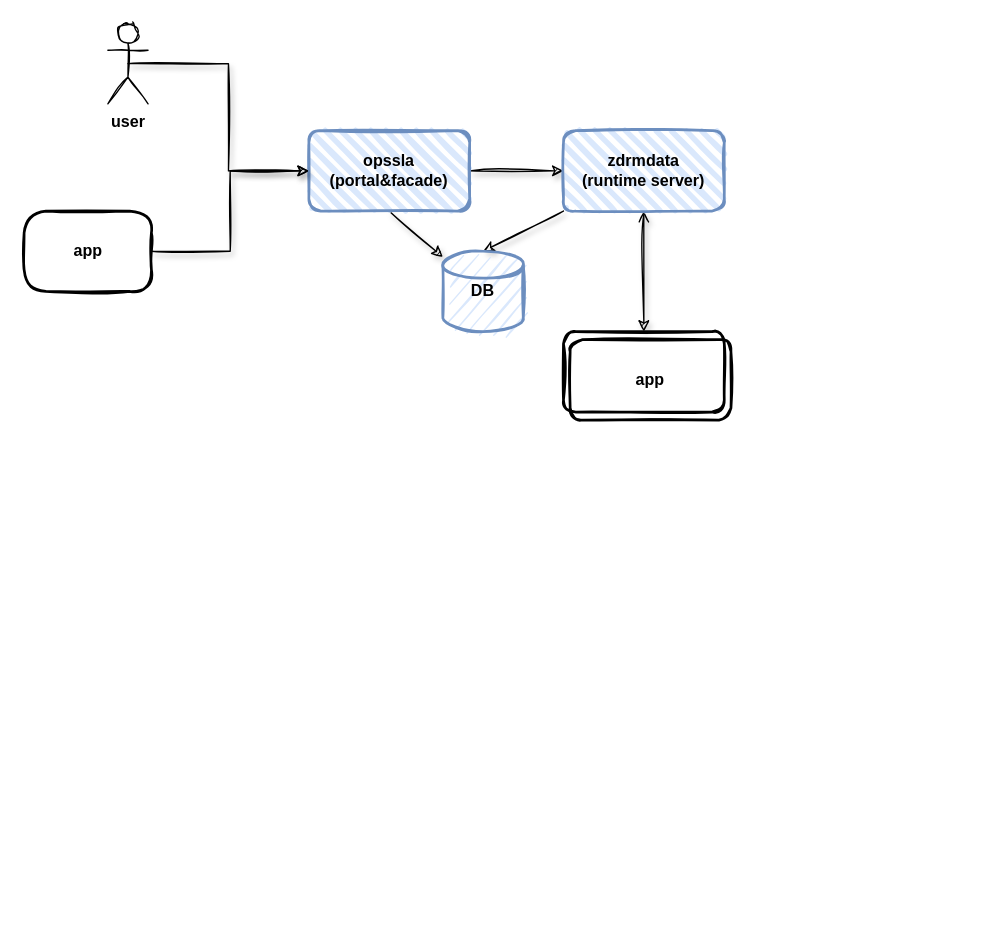
This is page "Page-2" (1 of 10) of drm-arch.drawio from atellwu/atellwu.github.io, a draw.io file, before an edit. Source tidied: cells renumbered, new cells numbered last; positions are measured from the earlier drawing's top-left corner, leaving out a move shared by most shapes. Both pictures are drawn from the tidied source at 134%, with x=0, y=0 at pixel (24, 23).
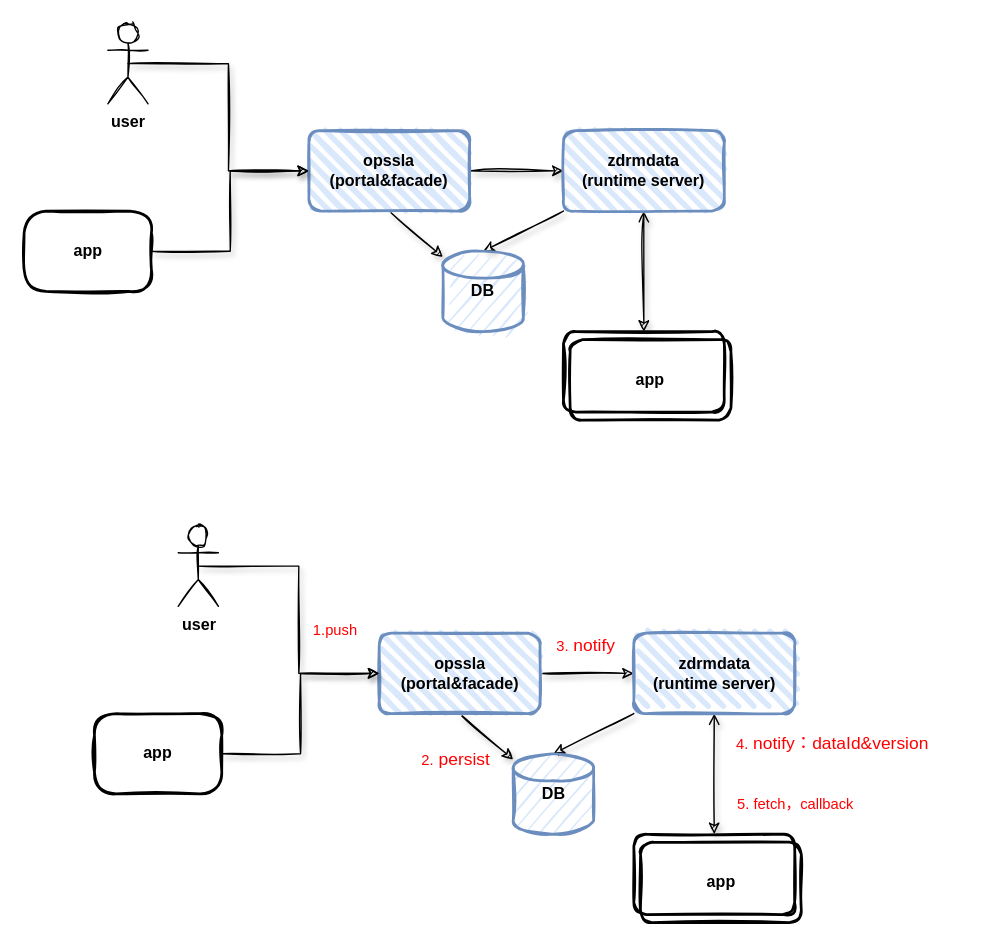
The same page after the edit.

The edit, as a diff of the source:
```diff
@@
+    <mxCell id="15" style="edgeStyle=orthogonalEdgeStyle;rounded=0;jettySize=auto;html=1;exitX=1;exitY=0.5;exitDx=0;exitDy=0;entryX=0;entryY=0.5;entryDx=0;entryDy=0;shadow=1;sketch=1;" parent="1" edge="1" source="17" target="20">
+      <mxGeometry relative="1" as="geometry" />
+    </mxCell>
+    <mxCell id="16" style="edgeStyle=none;rounded=1;sketch=1;jettySize=auto;html=1;exitX=0.5;exitY=1;exitDx=0;exitDy=0;shadow=1;startArrow=none;startFill=0;" parent="1" edge="1" source="17" target="27">
+      <mxGeometry relative="1" as="geometry" />
+    </mxCell>
+    <mxCell id="17" value="&lt;b&gt;opssla&lt;br&gt;(portal&amp;amp;facade)&lt;/b&gt;" style="rounded=1;whiteSpace=wrap;html=1;strokeWidth=2;fillWeight=4;hachureGap=8;hachureAngle=45;sketch=1;fillColor=#dae8fc;strokeColor=#6c8ebf;" parent="1" vertex="1">
+      <mxGeometry x="264.5" y="455" width="120" height="60" as="geometry" />
+    </mxCell>
+    <mxCell id="18" style="edgeStyle=orthogonalEdgeStyle;rounded=0;jettySize=auto;html=1;exitX=0.5;exitY=1;exitDx=0;exitDy=0;entryX=0.5;entryY=0;entryDx=0;entryDy=0;startArrow=open;startFill=0;shadow=1;sketch=1;" parent="1" edge="1" source="20" target="21">
+      <mxGeometry relative="1" as="geometry" />
+    </mxCell>
+    <mxCell id="19" style="edgeStyle=none;rounded=1;sketch=1;jettySize=auto;html=1;exitX=0;exitY=1;exitDx=0;exitDy=0;entryX=0.5;entryY=0;entryDx=0;entryDy=0;entryPerimeter=0;shadow=1;startArrow=none;startFill=0;" parent="1" edge="1" source="20" target="27">
+      <mxGeometry relative="1" as="geometry" />
+    </mxCell>
+    <mxCell id="20" value="&lt;b&gt;zdrmdata&lt;br&gt;(runtime server)&lt;/b&gt;" style="rounded=1;whiteSpace=wrap;html=1;strokeWidth=2;fillWeight=4;hachureGap=8;hachureAngle=45;sketch=1;fillColor=#dae8fc;strokeColor=#6c8ebf;" parent="1" vertex="1">
+      <mxGeometry x="454.5" y="455" width="120" height="60" as="geometry" />
+    </mxCell>
+    <mxCell id="21" style="rounded=1;whiteSpace=wrap;html=1;strokeWidth=2;fillWeight=4;hachureGap=8;hachureAngle=45;sketch=1;fillColor=none;" parent="1" vertex="1">
+      <mxGeometry x="454.5" y="605" width="120" height="60" as="geometry" />
+    </mxCell>
+    <mxCell id="22" style="edgeStyle=orthogonalEdgeStyle;rounded=0;jettySize=auto;html=1;exitX=0.5;exitY=0.5;exitDx=0;exitDy=0;exitPerimeter=0;entryX=0;entryY=0.5;entryDx=0;entryDy=0;shadow=1;sketch=1;" parent="1" edge="1" source="23" target="17">
+      <mxGeometry relative="1" as="geometry" />
+    </mxCell>
+    <mxCell id="23" value="&lt;b&gt;user&lt;/b&gt;" style="shape=umlActor;verticalLabelPosition=bottom;verticalAlign=top;html=1;outlineConnect=0;sketch=1;" parent="1" vertex="1">
+      <mxGeometry x="114.5" y="375" width="30" height="60" as="geometry" />
+    </mxCell>
+    <mxCell id="24" style="edgeStyle=orthogonalEdgeStyle;rounded=0;jettySize=auto;html=1;exitX=1;exitY=0.5;exitDx=0;exitDy=0;entryX=0;entryY=0.5;entryDx=0;entryDy=0;shadow=1;sketch=1;" parent="1" edge="1" source="25" target="17">
+      <mxGeometry relative="1" as="geometry" />
+    </mxCell>
+    <mxCell id="25" value="&lt;b&gt;app&lt;/b&gt;" style="rounded=1;whiteSpace=wrap;html=1;strokeWidth=2;fillWeight=4;hachureGap=8;hachureAngle=45;sketch=1;fillColor=none;arcSize=27;" parent="1" vertex="1">
+      <mxGeometry x="52" y="515" width="95" height="60" as="geometry" />
+    </mxCell>
+    <mxCell id="26" value="&lt;b&gt;app&lt;/b&gt;" style="rounded=1;whiteSpace=wrap;html=1;strokeWidth=2;fillWeight=4;hachureGap=8;hachureAngle=45;sketch=1;fillColor=none;" parent="1" vertex="1">
+      <mxGeometry x="459.5" y="611" width="120" height="60" as="geometry" />
+    </mxCell>
+    <mxCell id="27" value="&lt;b&gt;DB&lt;/b&gt;" style="strokeWidth=2;html=1;shape=mxgraph.flowchart.database;whiteSpace=wrap;sketch=1;shadow=0;fillColor=#dae8fc;strokeColor=#6c8ebf;" parent="1" vertex="1">
+      <mxGeometry x="364.5" y="545" width="60" height="60" as="geometry" />
+    </mxCell>
+    <mxCell id="28" value="1.push" style="text;html=1;strokeColor=none;fillColor=none;align=center;verticalAlign=middle;whiteSpace=wrap;rounded=0;shadow=0;sketch=1;fontSize=11;fontColor=#FF0000;" parent="1" vertex="1">
+      <mxGeometry x="212" y="443" width="40" height="20" as="geometry" />
+    </mxCell>
+    <mxCell id="29" value="&lt;font&gt;2.&lt;span style=&quot;font-family: &amp;quot;hei&amp;quot; ; font-size: 13px&quot;&gt;&amp;nbsp;persist&lt;/span&gt;&lt;/font&gt;" style="text;html=1;strokeColor=none;fillColor=none;align=center;verticalAlign=middle;whiteSpace=wrap;rounded=0;shadow=0;sketch=1;fontSize=11;fontColor=#FF0000;" parent="1" vertex="1">
+      <mxGeometry x="302" y="539" width="40" height="20" as="geometry" />
+    </mxCell>
+    <mxCell id="30" value="&lt;font&gt;3.&lt;span style=&quot;font-family: &amp;#34;hei&amp;#34; ; font-size: 13px&quot;&gt;&amp;nbsp;notify&lt;/span&gt;&lt;/font&gt;" style="text;html=1;strokeColor=none;fillColor=none;align=center;verticalAlign=middle;whiteSpace=wrap;rounded=0;shadow=0;sketch=1;fontSize=11;fontColor=#FF0000;" parent="1" vertex="1">
+      <mxGeometry x="399" y="454" width="40" height="20" as="geometry" />
+    </mxCell>
+    <mxCell id="31" value="&lt;font&gt;4.&lt;span style=&quot;font-family: &amp;#34;hei&amp;#34; ; font-size: 13px&quot;&gt;&amp;nbsp;notify：dataId&amp;amp;version&lt;/span&gt;&lt;/font&gt;" style="text;html=1;strokeColor=none;fillColor=none;align=center;verticalAlign=middle;whiteSpace=wrap;rounded=0;shadow=0;sketch=1;fontSize=11;fontColor=#FF0000;" parent="1" vertex="1">
+      <mxGeometry x="503" y="520" width="200" height="34" as="geometry" />
+    </mxCell>
+    <mxCell id="32" value="5. fetch，callback" style="text;html=1;strokeColor=none;fillColor=none;align=center;verticalAlign=middle;whiteSpace=wrap;rounded=0;shadow=0;sketch=1;fontSize=11;fontColor=#FF0000;" parent="1" vertex="1">
+      <mxGeometry x="508" y="573" width="135" height="20" as="geometry" />
+    </mxCell>
```
